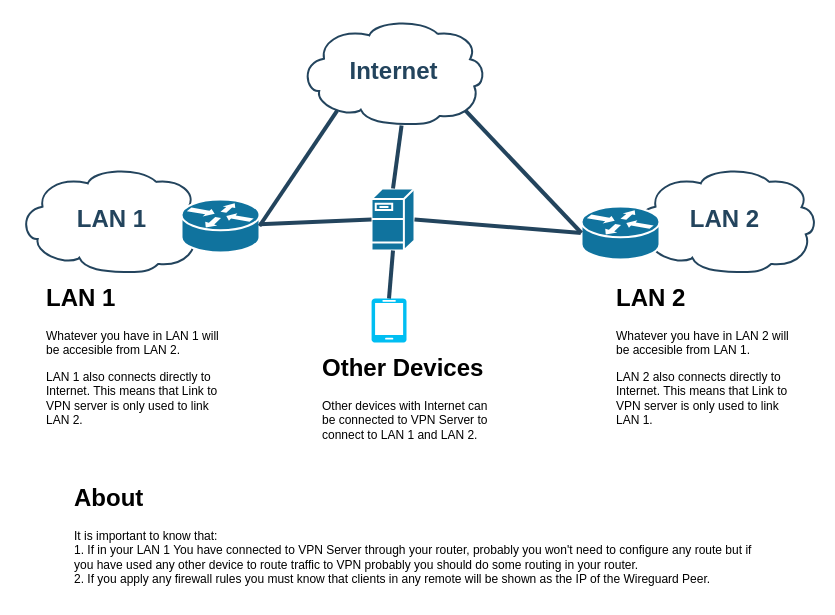
Earlier version of the draw.io diagram Wireguard-site-to-site.drawio (gtrabanco/wireguard-site-to-site). Source tidied: cells renumbered, new cells numbered last; positions are measured from the earlier drawing's top-left corner, leaving out a move shared by most shapes. Both pictures are drawn from the tidied source at 100%, with x=0, y=0 at pixel (18, 18).
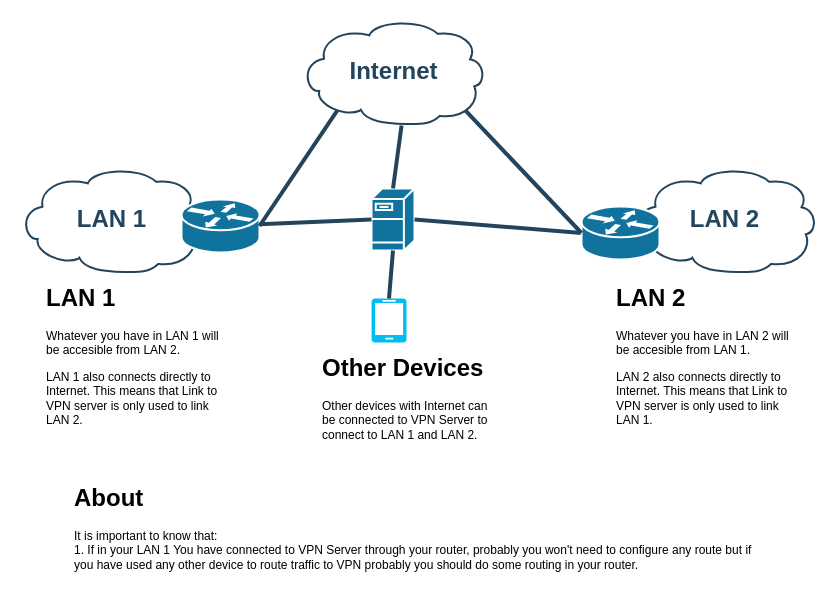
The same diagram, later.

Commit message (it also covers changes not shown here):
Fix wrong information about firewall rules

Diff of the diagram source:
```diff
@@
 <mxGraphModel>
   <root>
     <mxCell id="0" />
     <mxCell id="1" parent="0" />
     <mxCell id="2" value="LAN 2" style="shape=mxgraph.cisco.storage.cloud;html=1;dashed=0;strokeColor=#23445D;fillColor=#ffffff;strokeWidth=2;fontFamily=Helvetica;fontSize=24;fontColor=#23445D;fontStyle=1;" parent="1" vertex="1">
       <mxGeometry x="613" y="148" width="186" height="106" as="geometry" />
     </mxCell>
     <mxCell id="3" style="shape=mxgraph.cisco.servers.fileserver;html=1;dashed=0;fillColor=#10739E;strokeColor=#ffffff;strokeWidth=2;verticalLabelPosition=bottom;verticalAlign=top;fontFamily=Helvetica;fontSize=36;fontColor=#FFB366;" parent="1" vertex="1">
       <mxGeometry x="353" y="170" width="43" height="62" as="geometry" />
     </mxCell>
     <mxCell id="4" value="Internet" style="shape=mxgraph.cisco.storage.cloud;html=1;dashed=0;strokeColor=#23445D;fillColor=#ffffff;strokeWidth=2;fontFamily=Helvetica;fontSize=24;fontColor=#23445D;align=center;fontStyle=1;" parent="1" vertex="1">
       <mxGeometry x="281.5" width="186" height="106" as="geometry" />
     </mxCell>
     <mxCell id="5" value="LAN 1" style="shape=mxgraph.cisco.storage.cloud;html=1;dashed=0;strokeColor=#23445D;fillColor=#ffffff;strokeWidth=2;fontFamily=Helvetica;fontSize=24;fontColor=#23445D;fontStyle=1;" parent="1" vertex="1">
       <mxGeometry y="148" width="186" height="106" as="geometry" />
     </mxCell>
     <mxCell id="6" style="shape=mxgraph.cisco.routers.router;html=1;dashed=0;fillColor=#10739E;strokeColor=#ffffff;strokeWidth=2;verticalLabelPosition=bottom;verticalAlign=top;fontFamily=Helvetica;fontSize=36;fontColor=#FFB366;" parent="1" vertex="1">
       <mxGeometry x="163" y="181" width="78" height="53" as="geometry" />
     </mxCell>
     <mxCell id="7" style="elbow=horizontal;endArrow=none;html=1;strokeColor=#23445D;endFill=0;strokeWidth=4;rounded=1;exitX=0;exitY=0.5;exitDx=0;exitDy=0;exitPerimeter=0;" parent="1" edge="1" source="3" target="6">
       <mxGeometry relative="1" as="geometry" />
     </mxCell>
     <mxCell id="8" style="elbow=horizontal;endArrow=none;html=1;strokeColor=#23445D;endFill=0;strokeWidth=4;rounded=1;exitX=0;exitY=0.5;exitDx=0;exitDy=0;exitPerimeter=0;entryX=1;entryY=0.5;entryDx=0;entryDy=0;entryPerimeter=0;" parent="1" edge="1" source="9" target="3">
       <mxGeometry relative="1" as="geometry" />
     </mxCell>
     <mxCell id="9" style="shape=mxgraph.cisco.routers.router;html=1;dashed=0;fillColor=#10739E;strokeColor=#ffffff;strokeWidth=2;verticalLabelPosition=bottom;verticalAlign=top;fontFamily=Helvetica;fontSize=36;fontColor=#FFB366;" parent="1" vertex="1">
       <mxGeometry x="563" y="188" width="78" height="53" as="geometry" />
     </mxCell>
     <mxCell id="10" value="&lt;h1&gt;LAN 1&lt;/h1&gt;&lt;p&gt;Whatever you have in LAN 1 will be accesible from LAN 2.&lt;/p&gt;&lt;p&gt;LAN 1 also connects directly to Internet. This means that Link to VPN server is only used to link LAN 2.&lt;/p&gt;" style="text;html=1;strokeColor=none;fillColor=none;spacing=5;spacingTop=-20;whiteSpace=wrap;overflow=hidden;rounded=0;" parent="1" vertex="1">
       <mxGeometry x="23" y="260" width="190" height="160" as="geometry" />
     </mxCell>
     <mxCell id="11" value="&lt;h1&gt;LAN 2&lt;/h1&gt;&lt;p&gt;Whatever you have in LAN 2 will be accesible from LAN 1.&lt;/p&gt;&lt;p&gt;LAN 2 also connects directly to Internet. This means that Link to VPN server is only used to link LAN 1.&lt;br&gt;&lt;/p&gt;" style="text;html=1;strokeColor=none;fillColor=none;spacing=5;spacingTop=-20;whiteSpace=wrap;overflow=hidden;rounded=0;" parent="1" vertex="1">
       <mxGeometry x="593" y="260" width="190" height="160" as="geometry" />
     </mxCell>
-    <mxCell id="12" value="&lt;h1&gt;About&lt;/h1&gt;&lt;div&gt;It is important to know that:&lt;/div&gt;&lt;div&gt;1. If in your LAN 1 You have connected to VPN Server through your router, probably you won't need to configure any route but if you have used any other device to route traffic to VPN probably you should do some routing in your router.&lt;/div&gt;&lt;div&gt;2. If you apply any firewall rules you must know that clients in any remote will be shown as the IP of the Wireguard Peer.&lt;/div&gt;&lt;div&gt;&lt;br&gt;&lt;/div&gt;" style="text;html=1;strokeColor=none;fillColor=none;spacing=5;spacingTop=-20;whiteSpace=wrap;overflow=hidden;rounded=0;" parent="1" vertex="1">
+    <mxCell id="12" value="&lt;h1&gt;About&lt;/h1&gt;&lt;div&gt;It is important to know that:&lt;/div&gt;&lt;div&gt;1. If in your LAN 1 You have connected to VPN Server through your router, probably you won't need to configure any route but if you have used any other device to route traffic to VPN probably you should do some routing in your router.&lt;/div&gt;&lt;div&gt;&lt;br&gt;&lt;/div&gt;" style="text;html=1;strokeColor=none;fillColor=none;spacing=5;spacingTop=-20;whiteSpace=wrap;overflow=hidden;rounded=0;" parent="1" vertex="1">
       <mxGeometry x="51" y="460" width="702" height="120" as="geometry" />
     </mxCell>
     <mxCell id="13" style="elbow=horizontal;endArrow=none;html=1;strokeColor=#23445D;endFill=0;strokeWidth=4;rounded=1;exitX=0.2;exitY=0.87;exitDx=0;exitDy=0;exitPerimeter=0;entryX=1;entryY=0.5;entryDx=0;entryDy=0;entryPerimeter=0;" parent="1" edge="1" source="4" target="6">
       <mxGeometry relative="1" as="geometry" />
     </mxCell>
     <mxCell id="14" style="elbow=horizontal;endArrow=none;html=1;strokeColor=#23445D;endFill=0;strokeWidth=4;rounded=1;exitX=0.546;exitY=1.009;exitDx=0;exitDy=0;exitPerimeter=0;entryX=0.5;entryY=0;entryDx=0;entryDy=0;entryPerimeter=0;" parent="1" edge="1" source="4" target="3">
       <mxGeometry relative="1" as="geometry" />
     </mxCell>
     <mxCell id="15" style="elbow=horizontal;endArrow=none;html=1;strokeColor=#23445D;endFill=0;strokeWidth=4;rounded=1;exitX=0;exitY=0.5;exitDx=0;exitDy=0;exitPerimeter=0;entryX=0.89;entryY=0.87;entryDx=0;entryDy=0;entryPerimeter=0;" parent="1" edge="1" source="9" target="4">
       <mxGeometry relative="1" as="geometry" />
     </mxCell>
     <mxCell id="16" style="verticalLabelPosition=bottom;html=1;verticalAlign=top;align=center;strokeColor=none;fillColor=#00BEF2;shape=mxgraph.azure.mobile;" parent="1" vertex="1">
       <mxGeometry x="353" y="280" width="35" height="44" as="geometry" />
     </mxCell>
     <mxCell id="17" style="elbow=horizontal;endArrow=none;html=1;strokeColor=#23445D;endFill=0;strokeWidth=4;rounded=1;exitX=0.5;exitY=1;exitDx=0;exitDy=0;exitPerimeter=0;entryX=0.5;entryY=0;entryDx=0;entryDy=0;entryPerimeter=0;" parent="1" edge="1" source="3" target="16">
       <mxGeometry relative="1" as="geometry" />
     </mxCell>
     <mxCell id="18" value="&lt;h1&gt;Other Devices&lt;/h1&gt;&lt;div&gt;Other devices with Internet can be connected to VPN Server to connect to LAN 1 and LAN 2.&lt;/div&gt;" style="text;html=1;strokeColor=none;fillColor=none;spacing=5;spacingTop=-20;whiteSpace=wrap;overflow=hidden;rounded=0;" parent="1" vertex="1">
       <mxGeometry x="299" y="330" width="190" height="120" as="geometry" />
     </mxCell>
   </root>
 </mxGraphModel>
```
